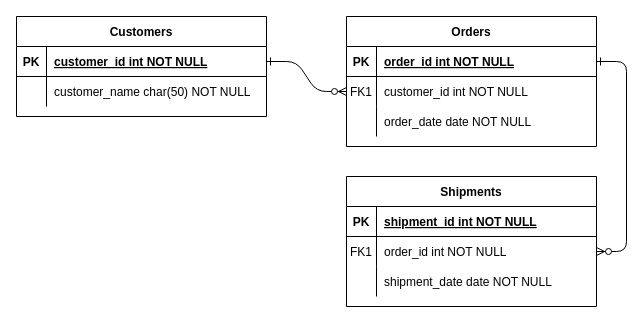
This is Splitwise-Schema-Daigram.drawio from geeky-sanjay/class-diagrams, a draw.io file, before an edit. Source tidied: cells renumbered, new cells numbered last; positions are measured from the earlier drawing's top-left corner, leaving out a move shared by most shapes. Both pictures are drawn from the tidied source at 100%, with x=0, y=0 at pixel (16, 16).
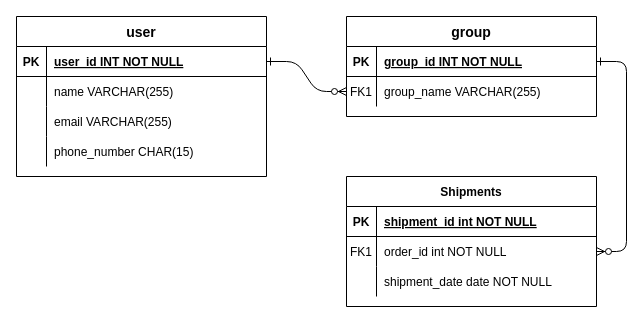
After the change.

The change refers to these unchanged cells:
```xml
<mxCell id="5" style="shape=partialRectangle;fillColor=none;points=[[0,0.5],[1,0.5]];portConstraint=eastwest;top=0;left=0;right=0;bottom=1;" parent="4" vertex="1">
  <mxGeometry y="30" width="250" height="30" as="geometry" />
</mxCell>
<mxCell id="8" style="shape=partialRectangle;fillColor=none;points=[[0,0.5],[1,0.5]];portConstraint=eastwest;top=0;left=0;right=0;bottom=0;" parent="4" vertex="1">
  <mxGeometry y="60" width="250" height="30" as="geometry" />
</mxCell>
<mxCell id="25" style="shape=partialRectangle;fillColor=none;points=[[0,0.5],[1,0.5]];portConstraint=eastwest;top=0;left=0;right=0;bottom=1;" parent="24" vertex="1">
  <mxGeometry y="30" width="250" height="30" as="geometry" />
</mxCell>
<mxCell id="28" style="shape=partialRectangle;fillColor=none;top=0;left=0;right=0;bottom=0;" parent="24" vertex="1">
  <mxGeometry y="60" width="250" height="30" as="geometry" />
</mxCell>
```

Change to the diagram source:
```diff
@@
-    <mxCell id="4" value="Orders" style="shape=table;startSize=30;childLayout=tableLayout;rowLines=0;fontStyle=1;align=center;" parent="1" vertex="1">
-      <mxGeometry x="330" width="250" height="130" as="geometry" />
+    <mxCell id="4" value="group" style="shape=table;startSize=30;childLayout=tableLayout;rowLines=0;fontStyle=1;align=center;fontSize=14;" parent="1" vertex="1">
+      <mxGeometry x="330" width="250" height="100" as="geometry" />
     </mxCell>
@@
-    <mxCell id="7" value="order_id int NOT NULL " style="shape=partialRectangle;overflow=hidden;fillColor=none;top=0;left=0;bottom=0;right=0;align=left;spacingLeft=6;fontStyle=5;" parent="5" vertex="1">
+    <mxCell id="7" value="group_id INT NOT NULL " style="shape=partialRectangle;overflow=hidden;fillColor=none;top=0;left=0;bottom=0;right=0;align=left;spacingLeft=6;fontStyle=5;" parent="5" vertex="1">
       <mxGeometry x="30" width="220" height="30" as="geometry" />
     </mxCell>
@@
-    <mxCell id="10" value="customer_id int NOT NULL" style="shape=partialRectangle;overflow=hidden;fillColor=none;top=0;left=0;bottom=0;right=0;align=left;spacingLeft=6;" parent="8" vertex="1">
+    <mxCell id="10" value="group_name VARCHAR(255)" style="shape=partialRectangle;overflow=hidden;fillColor=none;top=0;left=0;bottom=0;right=0;align=left;spacingLeft=6;" parent="8" vertex="1">
       <mxGeometry x="30" width="220" height="30" as="geometry" />
     </mxCell>
-    <mxCell id="11" style="shape=partialRectangle;fillColor=none;top=0;left=0;right=0;bottom=0;" parent="4" vertex="1">
-      <mxGeometry y="90" width="250" height="30" as="geometry" />
-    </mxCell>
-    <mxCell id="12" style="shape=partialRectangle;overflow=hidden;fillColor=none;top=0;left=0;bottom=0;right=0;" parent="11" vertex="1">
-      <mxGeometry width="30" height="30" as="geometry" />
-    </mxCell>
-    <mxCell id="13" value="order_date date NOT NULL" style="shape=partialRectangle;overflow=hidden;fillColor=none;top=0;left=0;bottom=0;right=0;align=left;spacingLeft=6;" parent="11" vertex="1">
-      <mxGeometry x="30" width="220" height="30" as="geometry" />
-    </mxCell>
@@
-    <mxCell id="24" value="Customers" style="shape=table;startSize=30;childLayout=tableLayout;rowLines=0;fontStyle=1;align=center;" parent="1" vertex="1">
-      <mxGeometry width="250" height="100" as="geometry" />
+    <mxCell id="24" value="user" style="shape=table;startSize=30;childLayout=tableLayout;rowLines=0;fontStyle=1;align=center;fontSize=14;" parent="1" vertex="1">
+      <mxGeometry width="250" height="160" as="geometry" />
     </mxCell>
@@
-    <mxCell id="27" value="customer_id int NOT NULL " style="shape=partialRectangle;overflow=hidden;fillColor=none;top=0;left=0;bottom=0;right=0;align=left;spacingLeft=6;fontStyle=5;" parent="25" vertex="1">
+    <mxCell id="27" value="user_id INT NOT NULL " style="shape=partialRectangle;overflow=hidden;fillColor=none;top=0;left=0;bottom=0;right=0;align=left;spacingLeft=6;fontStyle=5;" parent="25" vertex="1">
       <mxGeometry x="30" width="220" height="30" as="geometry" />
     </mxCell>
@@
-    <mxCell id="30" value="customer_name char(50) NOT NULL" style="shape=partialRectangle;overflow=hidden;fillColor=none;top=0;left=0;bottom=0;right=0;align=left;spacingLeft=6;" parent="28" vertex="1">
+    <mxCell id="30" value="name VARCHAR(255)" style="shape=partialRectangle;overflow=hidden;fillColor=none;top=0;left=0;bottom=0;right=0;align=left;spacingLeft=6;" parent="28" vertex="1">
       <mxGeometry x="30" width="220" height="30" as="geometry" />
     </mxCell>
+    <mxCell id="11" style="shape=partialRectangle;fillColor=none;top=0;left=0;right=0;bottom=0;" parent="24" vertex="1">
+      <mxGeometry y="90" width="250" height="30" as="geometry" />
+    </mxCell>
+    <mxCell id="31" style="shape=partialRectangle;overflow=hidden;fillColor=none;top=0;left=0;bottom=0;right=0;" parent="11" vertex="1">
+      <mxGeometry width="30" height="30" as="geometry" />
+    </mxCell>
+    <mxCell id="32" value="email VARCHAR(255)" style="shape=partialRectangle;overflow=hidden;fillColor=none;top=0;left=0;bottom=0;right=0;align=left;spacingLeft=6;" parent="11" vertex="1">
+      <mxGeometry x="30" width="220" height="30" as="geometry" />
+    </mxCell>
+    <mxCell id="33" style="shape=partialRectangle;fillColor=none;top=0;left=0;right=0;bottom=0;" parent="24" vertex="1">
+      <mxGeometry y="120" width="250" height="30" as="geometry" />
+    </mxCell>
+    <mxCell id="34" style="shape=partialRectangle;overflow=hidden;fillColor=none;top=0;left=0;bottom=0;right=0;" parent="33" vertex="1">
+      <mxGeometry width="30" height="30" as="geometry" />
+    </mxCell>
+    <mxCell id="35" value="phone_number CHAR(15)" style="shape=partialRectangle;overflow=hidden;fillColor=none;top=0;left=0;bottom=0;right=0;align=left;spacingLeft=6;" parent="33" vertex="1">
+      <mxGeometry x="30" width="220" height="30" as="geometry" />
+    </mxCell>
```
